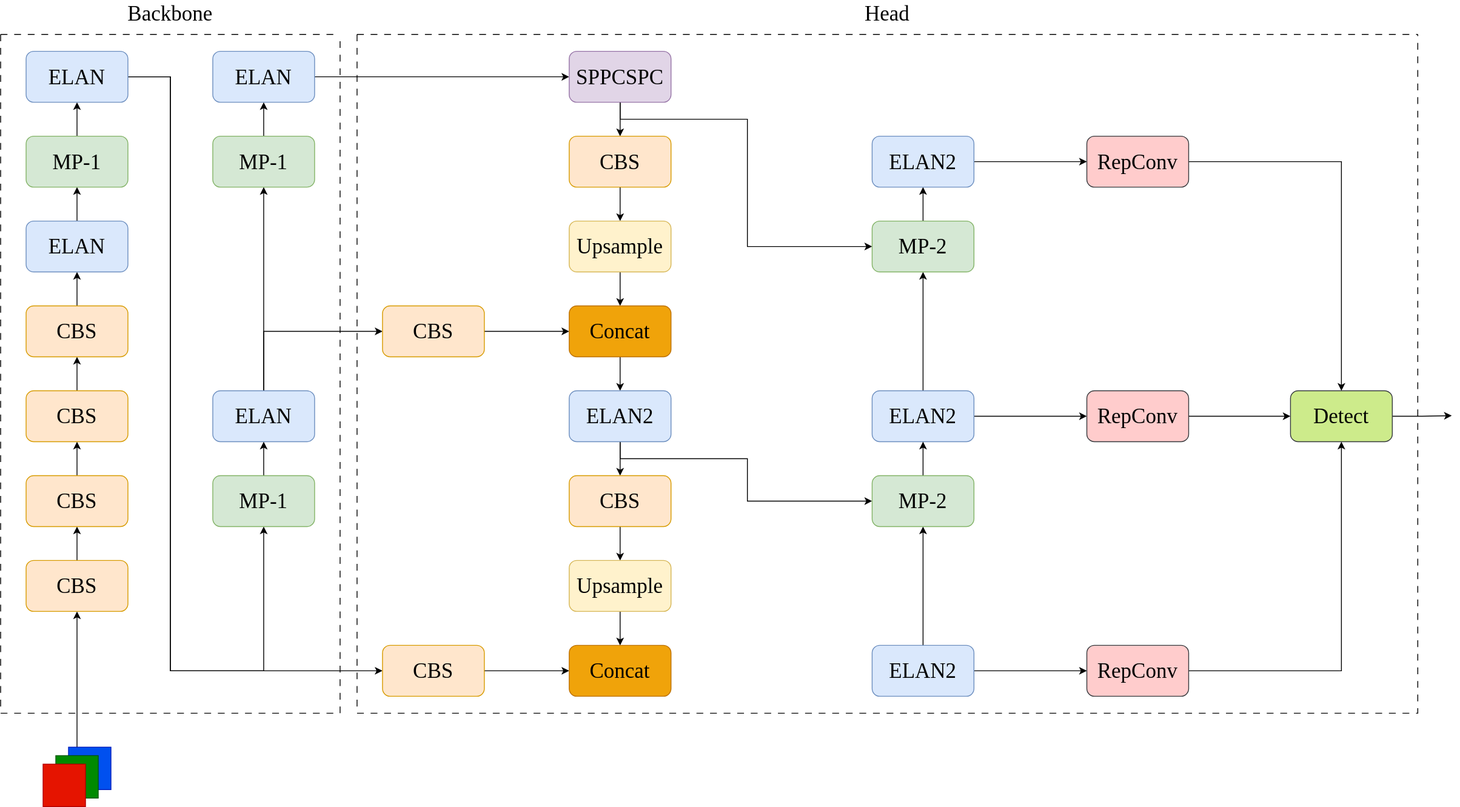
The draw.io diagram YOLOv7.drawio.svg in Kiron666/PlotNeuralNet, before a commit. Source tidied: cells renumbered, new cells last; positions are measured from the earlier drawing's top-left corner, leaving out a move shared by most shapes.
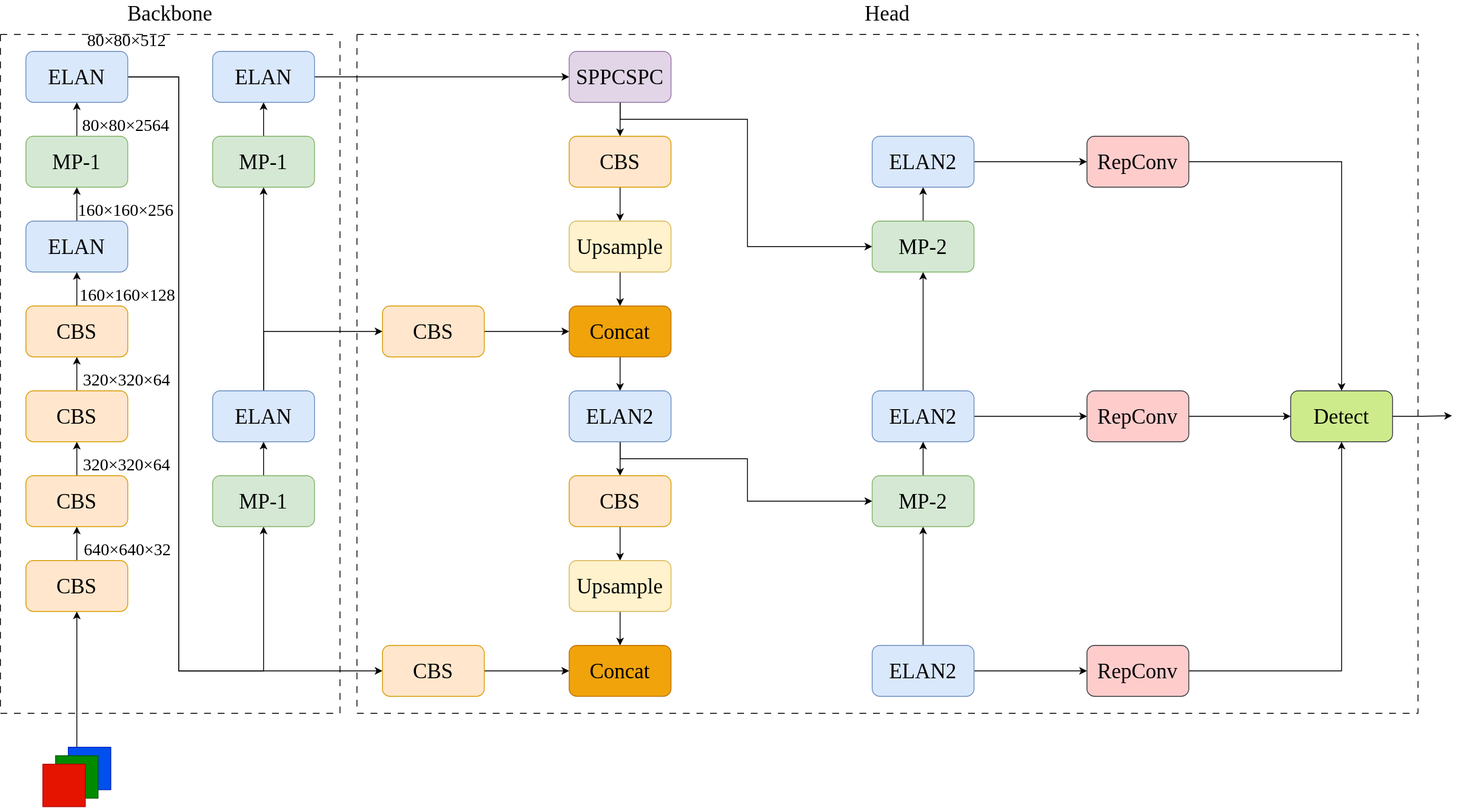
Later version of the same file.

The edit, as a diff of the source:
```diff
@@ -44,8 +44,8 @@
     <mxCell id="15" style="edgeStyle=orthogonalEdgeStyle;rounded=0;jettySize=auto;html=1;fontFamily=Times New Roman;fontSize=25;entryX=0.5;entryY=1;entryDx=0;entryDy=0;" parent="1" edge="1" source="17" target="19">
       <mxGeometry relative="1" as="geometry">
         <Array as="points">
-          <mxPoint x="200" y="90" />
-          <mxPoint x="200" y="790" />
+          <mxPoint x="210" y="90" />
+          <mxPoint x="210" y="790" />
           <mxPoint x="310" y="790" />
         </Array>
       </mxGeometry>
@@ -53,8 +53,8 @@
     <mxCell id="16" style="edgeStyle=orthogonalEdgeStyle;rounded=0;jettySize=auto;html=1;exitX=1;exitY=0.5;exitDx=0;exitDy=0;entryX=0;entryY=0.5;entryDx=0;entryDy=0;" parent="1" edge="1" source="17" target="36">
       <mxGeometry relative="1" as="geometry">
         <Array as="points">
-          <mxPoint x="200" y="90" />
-          <mxPoint x="200" y="790" />
+          <mxPoint x="210" y="90" />
+          <mxPoint x="210" y="790" />
         </Array>
       </mxGeometry>
     </mxCell>
@@ -237,6 +237,27 @@
     <mxCell id="71" style="swimlane;startSize=0;dashed=1;dashPattern=8 8;" parent="1" vertex="1">
       <mxGeometry y="40" width="400" height="800" as="geometry" />
     </mxCell>
+    <mxCell id="75" value="&lt;font style=&quot;font-size: 20px;&quot;&gt;640×640×32&lt;/font&gt;" style="text;html=1;strokeColor=none;fillColor=none;align=center;verticalAlign=middle;whiteSpace=wrap;rounded=0;fontFamily=Times New Roman;fontSize=25;" parent="71" vertex="1">
+      <mxGeometry x="120" y="590" width="60" height="30" as="geometry" />
+    </mxCell>
+    <mxCell id="76" value="&lt;font style=&quot;font-size: 20px;&quot;&gt;320×320×64&lt;/font&gt;" style="text;html=1;strokeColor=none;fillColor=none;align=center;verticalAlign=middle;whiteSpace=wrap;rounded=0;fontFamily=Times New Roman;fontSize=25;" parent="71" vertex="1">
+      <mxGeometry x="119" y="490" width="60" height="30" as="geometry" />
+    </mxCell>
+    <mxCell id="77" value="&lt;font style=&quot;font-size: 20px;&quot;&gt;320×320×64&lt;/font&gt;" style="text;html=1;strokeColor=none;fillColor=none;align=center;verticalAlign=middle;whiteSpace=wrap;rounded=0;fontFamily=Times New Roman;fontSize=25;" parent="71" vertex="1">
+      <mxGeometry x="119" y="390" width="60" height="30" as="geometry" />
+    </mxCell>
+    <mxCell id="78" value="&lt;font style=&quot;font-size: 20px;&quot;&gt;160×160×128&lt;/font&gt;" style="text;html=1;strokeColor=none;fillColor=none;align=center;verticalAlign=middle;whiteSpace=wrap;rounded=0;fontFamily=Times New Roman;fontSize=25;" parent="71" vertex="1">
+      <mxGeometry x="120" y="290" width="60" height="30" as="geometry" />
+    </mxCell>
+    <mxCell id="79" value="&lt;font style=&quot;font-size: 20px;&quot;&gt;80×80×512&lt;/font&gt;" style="text;html=1;strokeColor=none;fillColor=none;align=center;verticalAlign=middle;whiteSpace=wrap;rounded=0;fontFamily=Times New Roman;fontSize=25;" parent="71" vertex="1">
+      <mxGeometry x="119" y="-10" width="60" height="30" as="geometry" />
+    </mxCell>
+    <mxCell id="80" value="&lt;font style=&quot;font-size: 20px;&quot;&gt;80×80×2564&lt;/font&gt;" style="text;html=1;strokeColor=none;fillColor=none;align=center;verticalAlign=middle;whiteSpace=wrap;rounded=0;fontFamily=Times New Roman;fontSize=25;" parent="71" vertex="1">
+      <mxGeometry x="118" y="90" width="60" height="30" as="geometry" />
+    </mxCell>
+    <mxCell id="81" value="&lt;font style=&quot;font-size: 20px;&quot;&gt;160×160×256&lt;/font&gt;" style="text;html=1;strokeColor=none;fillColor=none;align=center;verticalAlign=middle;whiteSpace=wrap;rounded=0;fontFamily=Times New Roman;fontSize=25;" parent="71" vertex="1">
+      <mxGeometry x="118" y="190" width="60" height="30" as="geometry" />
+    </mxCell>
     <mxCell id="72" style="swimlane;startSize=0;dashed=1;dashPattern=8 8;" parent="1" vertex="1">
       <mxGeometry x="420" y="40" width="1250" height="800" as="geometry" />
     </mxCell>
```
